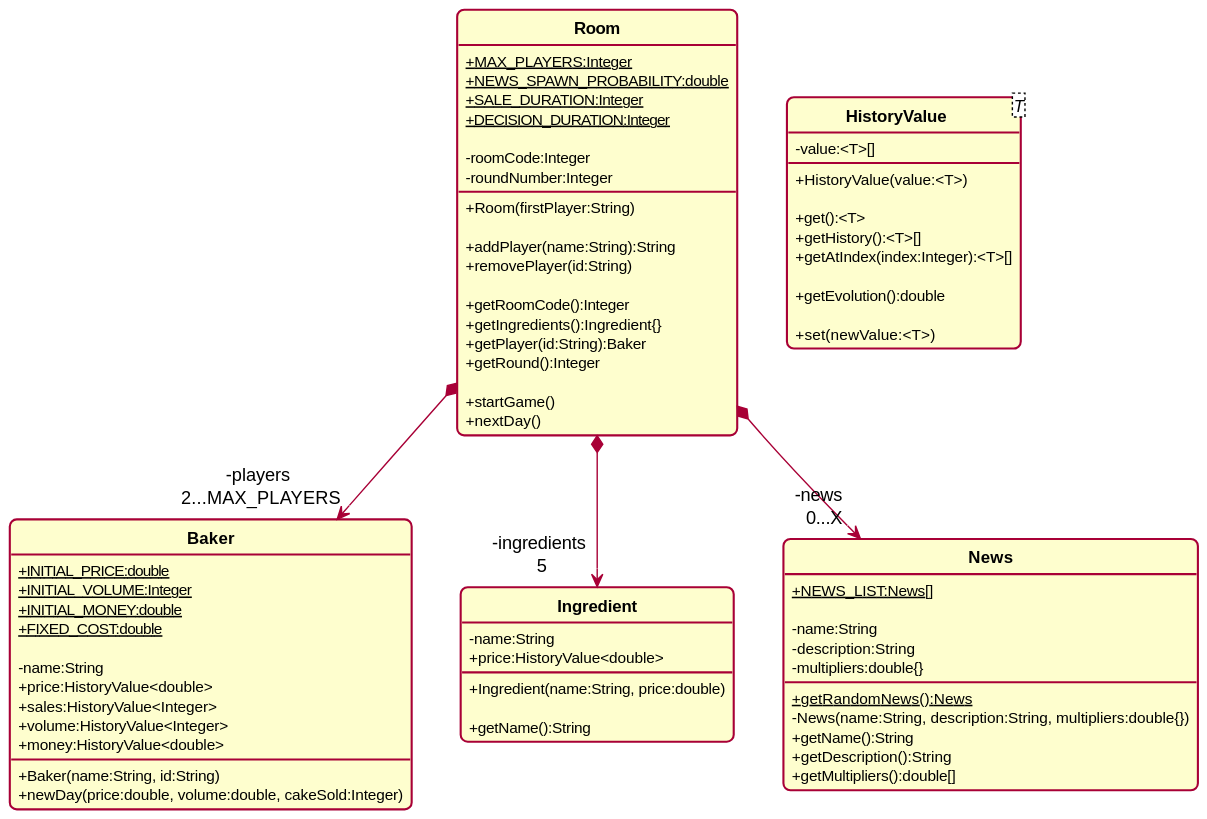
Above: diagrammeDeClasse.svg in Les-Scrums-Masters/CakeIt (PlantUML), before the change.
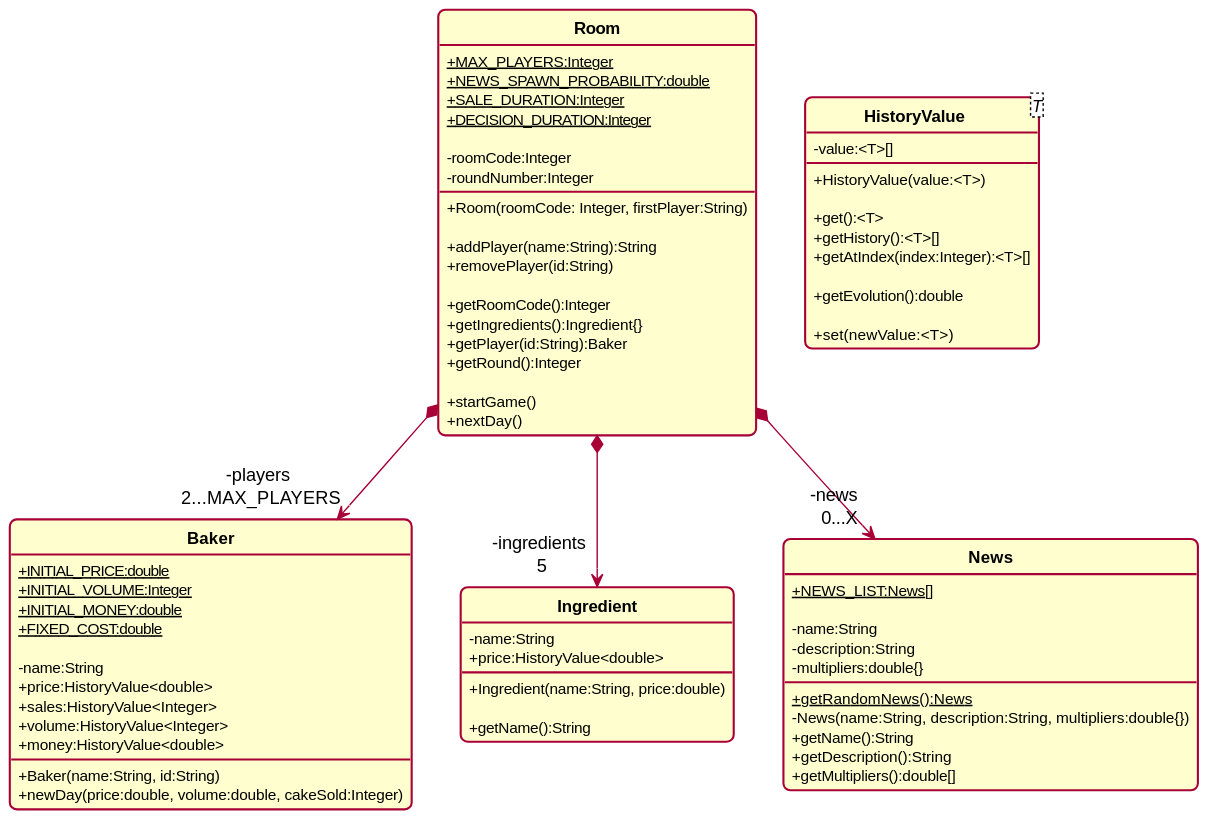
The same diagram one commit later.

Commit message:
[UML] Added missing argument for Baker

Diff of the diagram source:
```diff
@@ -15,7 +15,7 @@
 
     - roomCode:Integer
     - roundNumber:Integer
-    + Room(firstPlayer:String)
+    + Room(roomCode: Integer, firstPlayer:String)
 
     + addPlayer(name:String):String
     + removePlayer(id:String)
```
